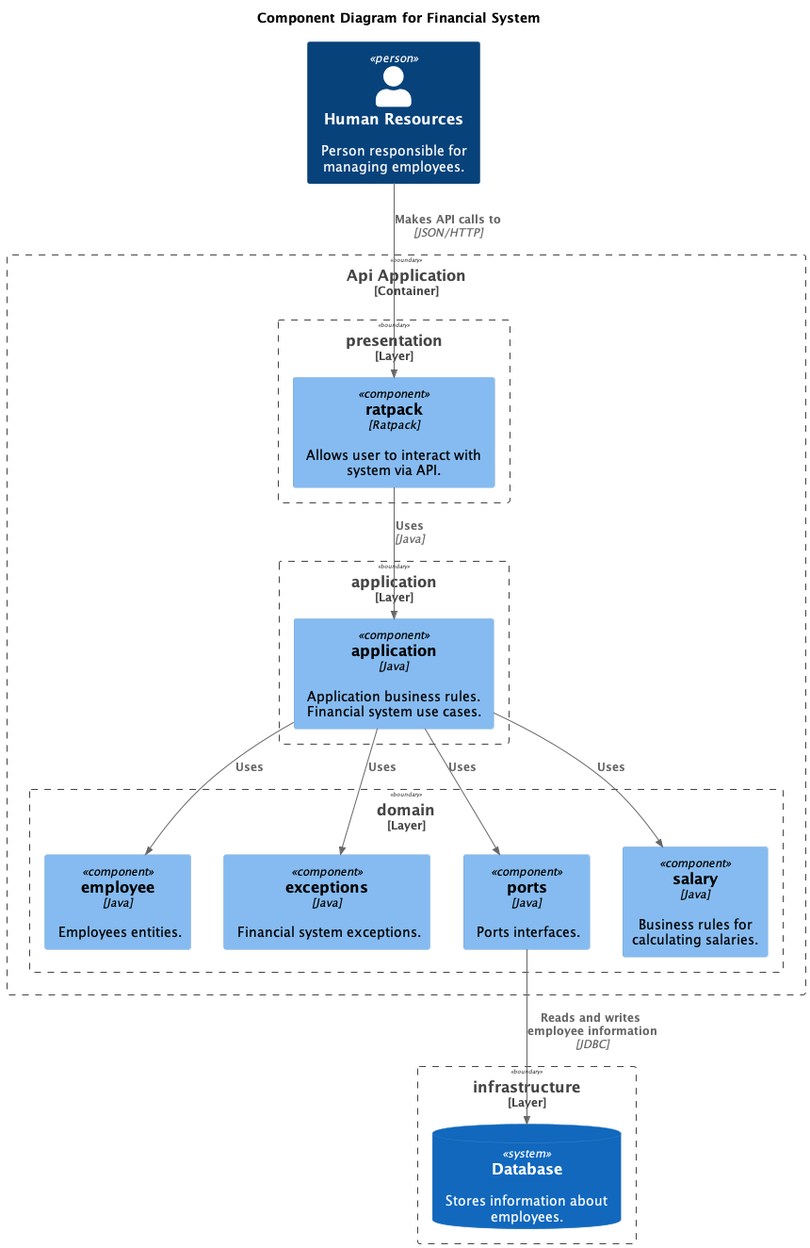
Before: doc/architecture/c4/level_3_component/api_application_component.png, a diagram exported from PlantUML (stawirej/financial-system). Its source is kept beside it as doc/architecture/c4/level_3_component/api_application_component.puml. Its diagram source:
```plantuml
@startuml
!include ../C4_Component.puml
!include ../level_1_system_context/person/persons.puml
!include ../level_1_system_context/database/databases.puml
!include ../level_2_container/container/containers.puml

title Component Diagram for Financial System

humanResourcesPerson()

Boundary(infrastructureLayer, "infrastructure", "Layer") {
    databaseSystem()
}

Boundary(apiApplicationContainerBoundary, "Api Application", "Container") {
    Boundary(presentationLayer, "presentation", "Layer") {
        Component(ratpackComponent, "ratpack", "Ratpack", "Allows user to interact with system via API.")
    }

    Boundary(applicationLayer, "application", "Layer") {
        Component(financialSystem, "application", "Java", "Application business rules. \nFinancial system use cases.")
    }

    Boundary(domainLayer, "domain", "Layer") {
        Component(employee, "employee", "Java", "Employees entities.")
        Component(exceptions, "exceptions", "Java", "Financial system exceptions.")
        Component(ports, "ports", "Java", "Ports interfaces.")
        Component(salary, "salary", "Java", "Business rules for calculating salaries.")

    }
}
Rel(financialSystem, employee, "Uses")
Rel(financialSystem, exceptions, "Uses")
Rel(financialSystem, ports, "Uses")
Rel(financialSystem, salary, "Uses")

Rel(humanResources, ratpackComponent, "Makes API calls to", "JSON/HTTP")
Rel(ratpackComponent, financialSystem, "Uses", "Java")
Rel(ports, database, "Reads and writes employee information", "JDBC")
@enduml
```
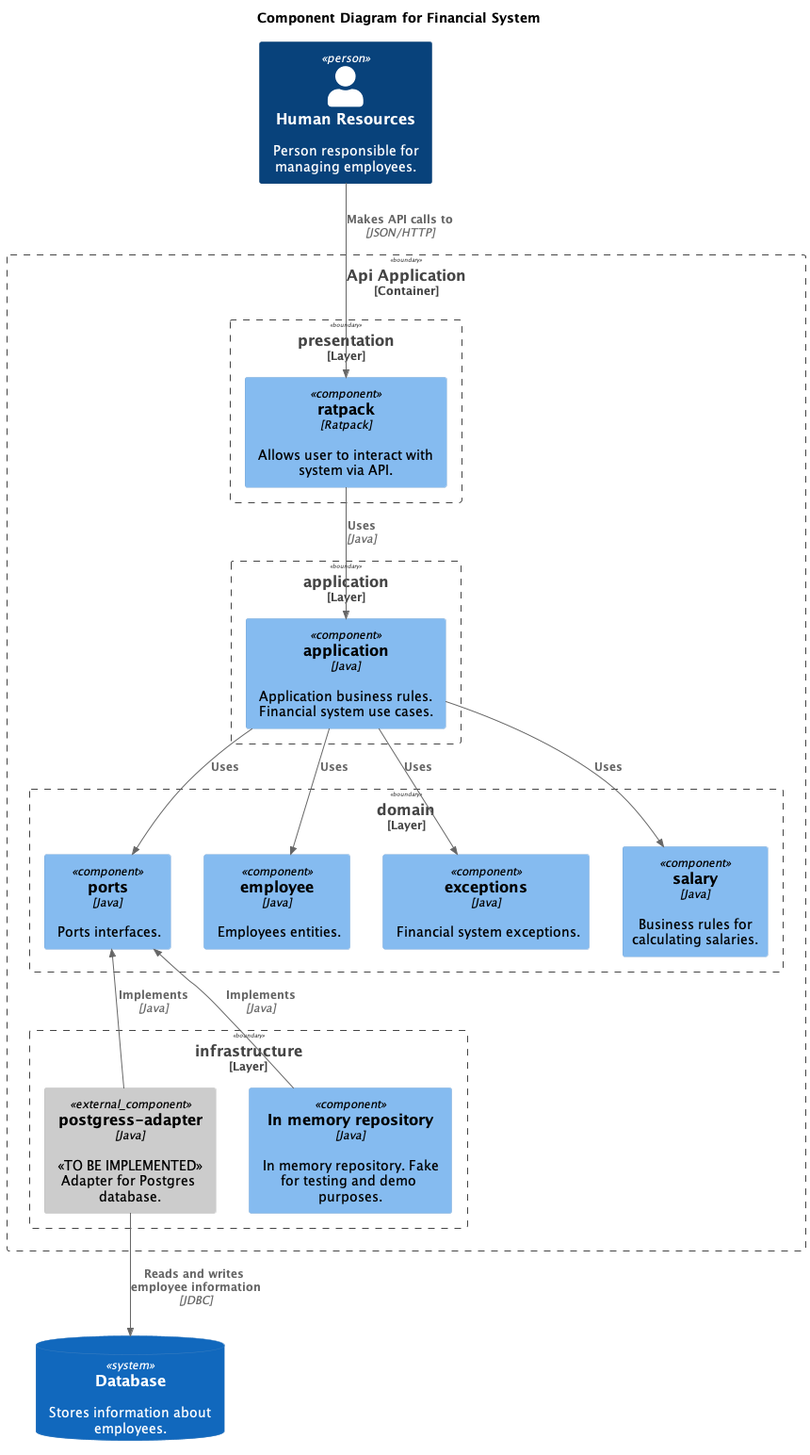
Later version of the same file.

What changed in the source:
```diff
@@ -8,9 +8,7 @@
 
 humanResourcesPerson()
 
-Boundary(infrastructureLayer, "infrastructure", "Layer") {
-    databaseSystem()
-}
+databaseSystem()
 
 Boundary(apiApplicationContainerBoundary, "Api Application", "Container") {
     Boundary(presentationLayer, "presentation", "Layer") {
@@ -28,7 +26,13 @@
         Component(salary, "salary", "Java", "Business rules for calculating salaries.")
 
     }
+
+    Boundary(infrastructure, "infrastructure", "Layer") {
+        Component_Ext(postgresAdapter, "postgress-adapter", "Java", "<<TO BE IMPLEMENTED>> Adapter for Postgres database.")
+        Component(inMemoryRepository, "In memory repository", "Java", "In memory repository. Fake for testing and demo purposes.")
+    }
 }
+
 Rel(financialSystem, employee, "Uses")
 Rel(financialSystem, exceptions, "Uses")
 Rel(financialSystem, ports, "Uses")
@@ -36,5 +40,10 @@
 
 Rel(humanResources, ratpackComponent, "Makes API calls to", "JSON/HTTP")
 Rel(ratpackComponent, financialSystem, "Uses", "Java")
-Rel(ports, database, "Reads and writes employee information", "JDBC")
+
+Rel_U(postgresAdapter, ports, "Implements", "Java")
+
+Rel(inMemoryRepository, ports, "Implements", "Java")
+Rel(postgresAdapter, database, "Reads and writes employee information", "JDBC")
+
 @enduml
```
